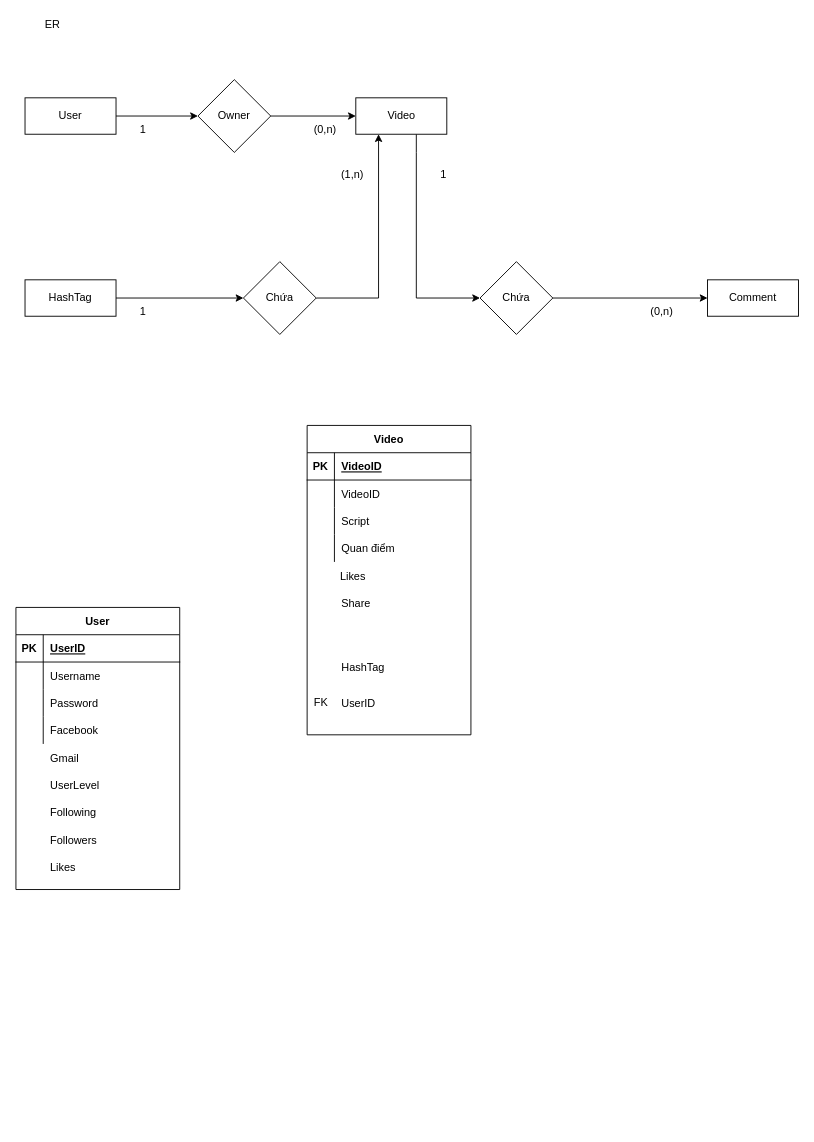
Earlier version of the draw.io diagram data.drawio (projectas-vnm/project-Data-Modeling). Source tidied: cells renumbered, new cells numbered last; positions are measured from the earlier drawing's top-left corner, leaving out a move shared by most shapes. Both pictures are drawn from the tidied source at 91%, with x=0, y=0 at pixel (15, 15).
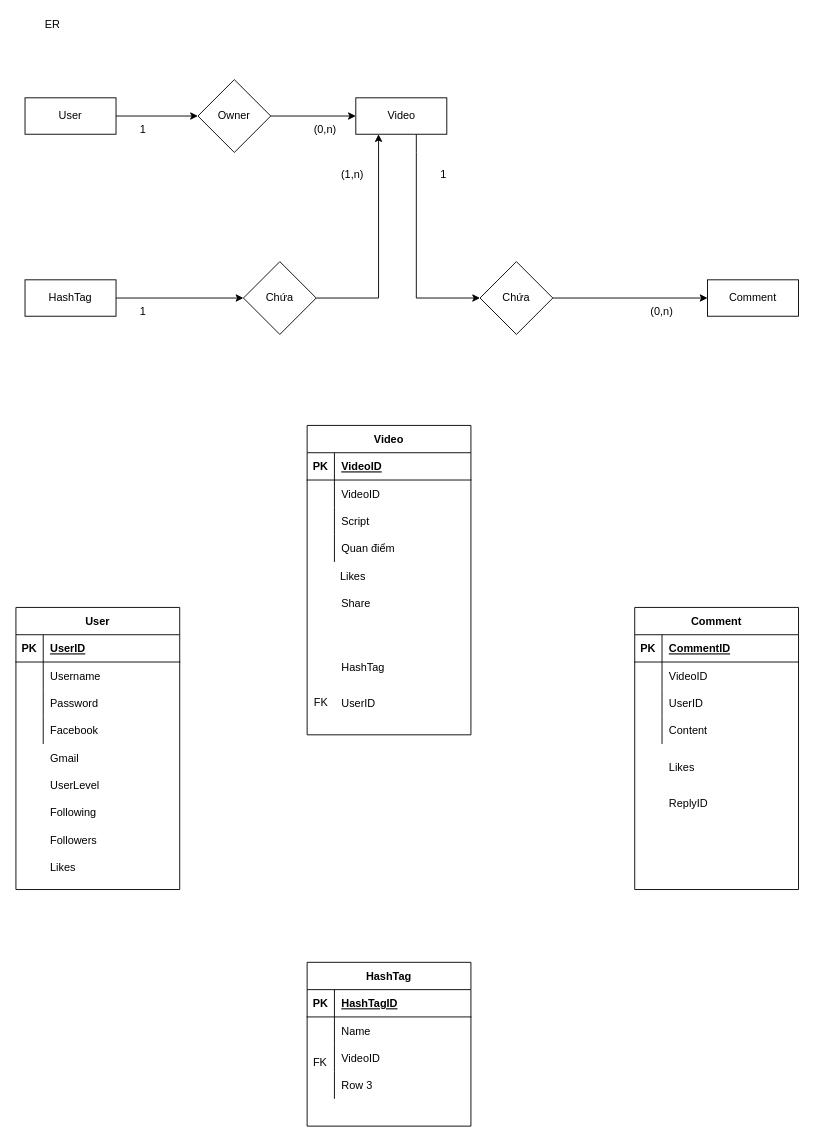
After the change.

The edit, as a diff of the source:
```diff
@@
+    <mxCell id="59" value="Comment" style="shape=table;startSize=30;childLayout=tableLayout;rowLines=0;fontStyle=1;align=center;" parent="1" vertex="1">
+      <mxGeometry x="680" y="650" width="180" height="310" as="geometry" />
+    </mxCell>
+    <mxCell id="60" style="shape=partialRectangle;fillColor=none;top=0;left=0;bottom=1;right=0;" parent="59" vertex="1">
+      <mxGeometry y="30" width="180" height="30" as="geometry" />
+    </mxCell>
+    <mxCell id="61" value="PK" style="shape=partialRectangle;fillColor=none;top=0;left=0;bottom=0;right=0;fontStyle=1;overflow=hidden;" parent="60" vertex="1">
+      <mxGeometry width="30" height="30" as="geometry" />
+    </mxCell>
+    <mxCell id="62" value="CommentID" style="shape=partialRectangle;fillColor=none;top=0;left=0;bottom=0;right=0;align=left;spacingLeft=6;fontStyle=5;overflow=hidden;" parent="60" vertex="1">
+      <mxGeometry x="30" width="150" height="30" as="geometry" />
+    </mxCell>
+    <mxCell id="63" style="shape=partialRectangle;fillColor=none;top=0;left=0;bottom=0;right=0;" parent="59" vertex="1">
+      <mxGeometry y="60" width="180" height="30" as="geometry" />
+    </mxCell>
+    <mxCell id="64" style="shape=partialRectangle;fillColor=none;top=0;left=0;bottom=0;right=0;overflow=hidden;" parent="63" vertex="1">
+      <mxGeometry width="30" height="30" as="geometry" />
+    </mxCell>
+    <mxCell id="65" value="VideoID" style="shape=partialRectangle;fillColor=none;top=0;left=0;bottom=0;right=0;align=left;spacingLeft=6;overflow=hidden;" parent="63" vertex="1">
+      <mxGeometry x="30" width="150" height="30" as="geometry" />
+    </mxCell>
+    <mxCell id="66" style="shape=partialRectangle;fillColor=none;top=0;left=0;bottom=0;right=0;" parent="59" vertex="1">
+      <mxGeometry y="90" width="180" height="30" as="geometry" />
+    </mxCell>
+    <mxCell id="67" style="shape=partialRectangle;fillColor=none;top=0;left=0;bottom=0;right=0;overflow=hidden;" parent="66" vertex="1">
+      <mxGeometry width="30" height="30" as="geometry" />
+    </mxCell>
+    <mxCell id="68" value="UserID" style="shape=partialRectangle;fillColor=none;top=0;left=0;bottom=0;right=0;align=left;spacingLeft=6;overflow=hidden;" parent="66" vertex="1">
+      <mxGeometry x="30" width="150" height="30" as="geometry" />
+    </mxCell>
+    <mxCell id="69" style="shape=partialRectangle;fillColor=none;top=0;left=0;bottom=0;right=0;" parent="59" vertex="1">
+      <mxGeometry y="120" width="180" height="30" as="geometry" />
+    </mxCell>
+    <mxCell id="70" style="shape=partialRectangle;fillColor=none;top=0;left=0;bottom=0;right=0;overflow=hidden;" parent="69" vertex="1">
+      <mxGeometry width="30" height="30" as="geometry" />
+    </mxCell>
+    <mxCell id="71" value="Content" style="shape=partialRectangle;fillColor=none;top=0;left=0;bottom=0;right=0;align=left;spacingLeft=6;overflow=hidden;" parent="69" vertex="1">
+      <mxGeometry x="30" width="150" height="30" as="geometry" />
+    </mxCell>
+    <mxCell id="72" value="Likes" style="shape=partialRectangle;fillColor=none;top=0;left=0;bottom=0;right=0;align=left;spacingLeft=6;overflow=hidden;" parent="1" vertex="1">
+      <mxGeometry x="710" y="810" width="150" height="30" as="geometry" />
+    </mxCell>
+    <mxCell id="73" value="ReplyID" style="shape=partialRectangle;fillColor=none;top=0;left=0;bottom=0;right=0;align=left;spacingLeft=6;overflow=hidden;" parent="1" vertex="1">
+      <mxGeometry x="710" y="850" width="150" height="30" as="geometry" />
+    </mxCell>
+    <mxCell id="74" value="HashTag" style="shape=table;startSize=30;childLayout=tableLayout;rowLines=0;fontStyle=1;align=center;" parent="1" vertex="1">
+      <mxGeometry x="320" y="1040" width="180" height="180" as="geometry" />
+    </mxCell>
+    <mxCell id="75" style="shape=partialRectangle;fillColor=none;top=0;left=0;bottom=1;right=0;" parent="74" vertex="1">
+      <mxGeometry y="30" width="180" height="30" as="geometry" />
+    </mxCell>
+    <mxCell id="76" value="PK" style="shape=partialRectangle;fillColor=none;top=0;left=0;bottom=0;right=0;fontStyle=1;overflow=hidden;" parent="75" vertex="1">
+      <mxGeometry width="30" height="30" as="geometry" />
+    </mxCell>
+    <mxCell id="77" value="HashTagID" style="shape=partialRectangle;fillColor=none;top=0;left=0;bottom=0;right=0;align=left;spacingLeft=6;fontStyle=5;overflow=hidden;" parent="75" vertex="1">
+      <mxGeometry x="30" width="150" height="30" as="geometry" />
+    </mxCell>
+    <mxCell id="78" style="shape=partialRectangle;fillColor=none;top=0;left=0;bottom=0;right=0;" parent="74" vertex="1">
+      <mxGeometry y="60" width="180" height="30" as="geometry" />
+    </mxCell>
+    <mxCell id="79" style="shape=partialRectangle;fillColor=none;top=0;left=0;bottom=0;right=0;overflow=hidden;" parent="78" vertex="1">
+      <mxGeometry width="30" height="30" as="geometry" />
+    </mxCell>
+    <mxCell id="80" value="Name" style="shape=partialRectangle;fillColor=none;top=0;left=0;bottom=0;right=0;align=left;spacingLeft=6;overflow=hidden;" parent="78" vertex="1">
+      <mxGeometry x="30" width="150" height="30" as="geometry" />
+    </mxCell>
+    <mxCell id="81" style="shape=partialRectangle;fillColor=none;top=0;left=0;bottom=0;right=0;" parent="74" vertex="1">
+      <mxGeometry y="90" width="180" height="30" as="geometry" />
+    </mxCell>
+    <mxCell id="82" style="shape=partialRectangle;fillColor=none;top=0;left=0;bottom=0;right=0;overflow=hidden;" parent="81" vertex="1">
+      <mxGeometry width="30" height="30" as="geometry" />
+    </mxCell>
+    <mxCell id="83" value="VideoID" style="shape=partialRectangle;fillColor=none;top=0;left=0;bottom=0;right=0;align=left;spacingLeft=6;overflow=hidden;" parent="81" vertex="1">
+      <mxGeometry x="30" width="150" height="30" as="geometry" />
+    </mxCell>
+    <mxCell id="84" style="shape=partialRectangle;fillColor=none;top=0;left=0;bottom=0;right=0;" parent="74" vertex="1">
+      <mxGeometry y="120" width="180" height="30" as="geometry" />
+    </mxCell>
+    <mxCell id="85" style="shape=partialRectangle;fillColor=none;top=0;left=0;bottom=0;right=0;overflow=hidden;" parent="84" vertex="1">
+      <mxGeometry width="30" height="30" as="geometry" />
+    </mxCell>
+    <mxCell id="86" value="Row 3" style="shape=partialRectangle;fillColor=none;top=0;left=0;bottom=0;right=0;align=left;spacingLeft=6;overflow=hidden;" parent="84" vertex="1">
+      <mxGeometry x="30" width="150" height="30" as="geometry" />
+    </mxCell>
+    <mxCell id="87" value="&amp;nbsp; &amp;nbsp;FK" style="text;html=1;align=center;verticalAlign=middle;strokeColor=none;fillColor=none;" parent="1" vertex="1">
+      <mxGeometry x="308.5" y="1140" width="40" height="20" as="geometry" />
+    </mxCell>
```
